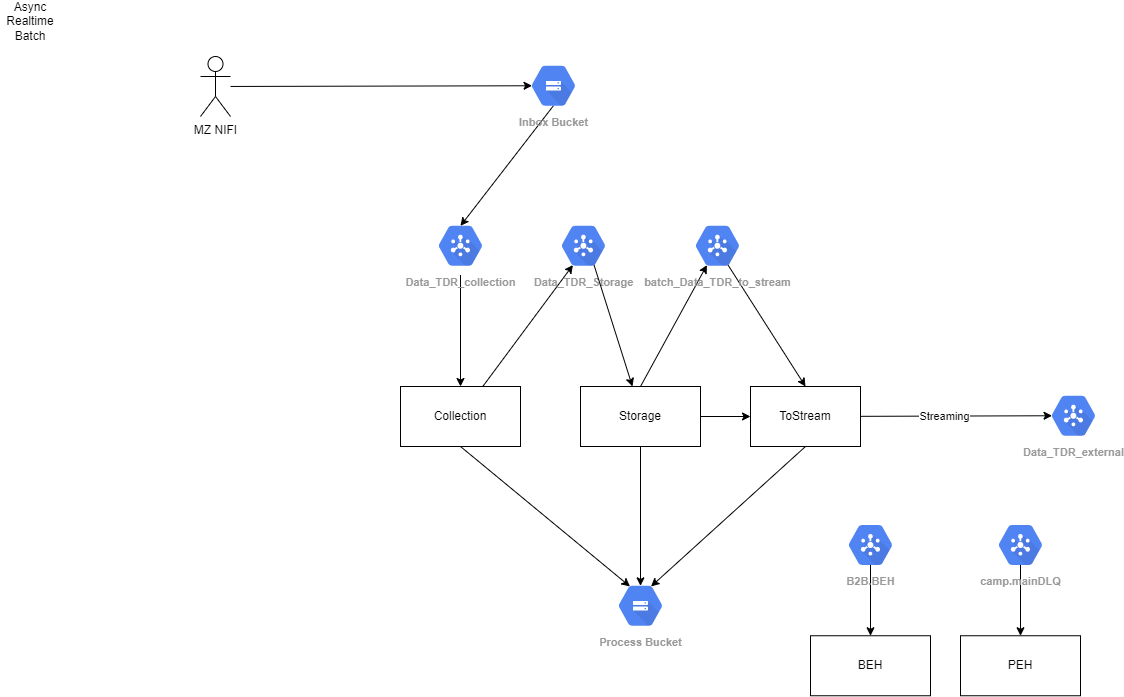
The draw.io diagram mindmap/b2bflow.png in macsymwang/mediation-doc, before a commit. Source tidied: cells renumbered, new cells last; positions are measured from the earlier drawing's top-left corner, leaving out a move shared by most shapes.
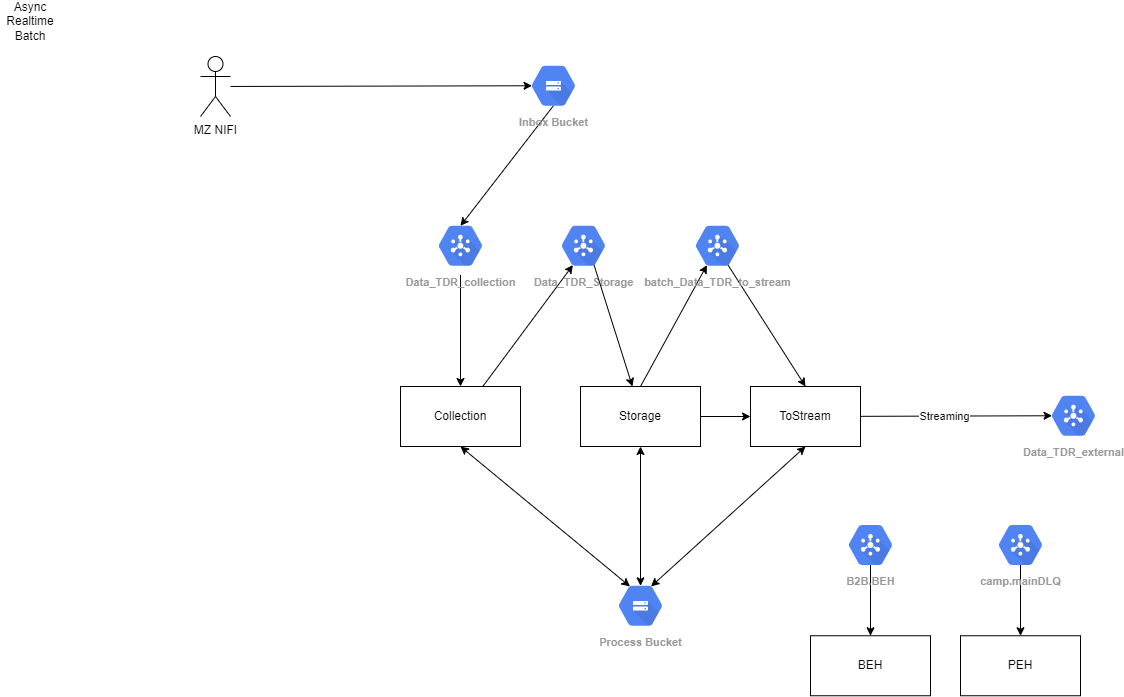
After the change.

The edit, as a diff of the source:
```diff
@@ -5,7 +5,7 @@
     <mxCell id="2" style="edgeStyle=none;html=1;entryX=0.34;entryY=0.83;entryDx=0;entryDy=0;entryPerimeter=0;" parent="1" edge="1" source="4" target="20">
       <mxGeometry relative="1" as="geometry" />
     </mxCell>
-    <mxCell id="3" style="edgeStyle=none;html=1;exitX=0.5;exitY=1;exitDx=0;exitDy=0;entryX=0.34;entryY=0.17;entryDx=0;entryDy=0;entryPerimeter=0;" parent="1" edge="1" source="4" target="15">
+    <mxCell id="3" style="edgeStyle=none;html=1;exitX=0.5;exitY=1;exitDx=0;exitDy=0;entryX=0.34;entryY=0.17;entryDx=0;entryDy=0;entryPerimeter=0;startArrow=classic;startFill=1;" parent="1" edge="1" source="4" target="15">
       <mxGeometry relative="1" as="geometry" />
     </mxCell>
     <mxCell id="4" value="Collection" style="rounded=0;whiteSpace=wrap;html=1;" parent="1" vertex="1">
@@ -17,7 +17,7 @@
     <mxCell id="6" style="edgeStyle=none;html=1;exitX=0.5;exitY=0;exitDx=0;exitDy=0;entryX=0.34;entryY=0.83;entryDx=0;entryDy=0;entryPerimeter=0;" parent="1" edge="1" source="8" target="23">
       <mxGeometry relative="1" as="geometry" />
     </mxCell>
-    <mxCell id="7" style="edgeStyle=none;html=1;exitX=0.5;exitY=1;exitDx=0;exitDy=0;entryX=0.5;entryY=0.16;entryDx=0;entryDy=0;entryPerimeter=0;" parent="1" edge="1" source="8" target="15">
+    <mxCell id="7" style="edgeStyle=none;html=1;exitX=0.5;exitY=1;exitDx=0;exitDy=0;entryX=0.5;entryY=0.16;entryDx=0;entryDy=0;entryPerimeter=0;startArrow=classic;startFill=1;" parent="1" edge="1" source="8" target="15">
       <mxGeometry relative="1" as="geometry" />
     </mxCell>
     <mxCell id="8" value="Storage" style="rounded=0;whiteSpace=wrap;html=1;" parent="1" vertex="1">
@@ -29,7 +29,7 @@
     <mxCell id="10" value="Streaming" style="edgeLabel;html=1;align=center;verticalAlign=middle;" parent="9" vertex="1">
       <mxGeometry x="-0.12" relative="1" as="geometry" />
     </mxCell>
-    <mxCell id="11" style="edgeStyle=none;html=1;exitX=0.5;exitY=1;exitDx=0;exitDy=0;entryX=0.66;entryY=0.17;entryDx=0;entryDy=0;entryPerimeter=0;" parent="1" edge="1" source="12" target="15">
+    <mxCell id="11" style="edgeStyle=none;html=1;exitX=0.5;exitY=1;exitDx=0;exitDy=0;entryX=0.66;entryY=0.17;entryDx=0;entryDy=0;entryPerimeter=0;startArrow=classic;startFill=1;" parent="1" edge="1" source="12" target="15">
       <mxGeometry relative="1" as="geometry" />
     </mxCell>
     <mxCell id="12" value="ToStream" style="rounded=0;whiteSpace=wrap;html=1;" parent="1" vertex="1">
```
